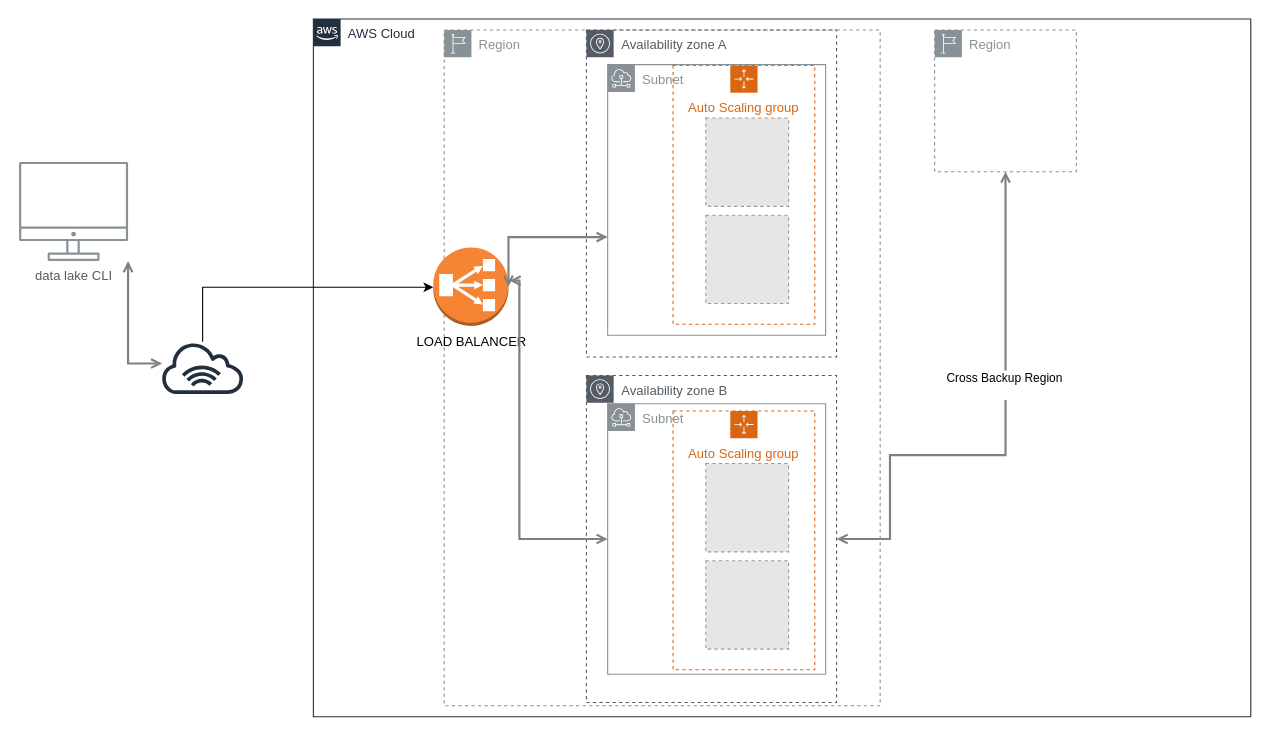
yorche-delamuerte/bonita_evaluation keeps this draw.io diagram as Untitled Diagram.drawio. Above is the earlier version. Source tidied: cells renumbered, new cells numbered last; positions are measured from the earlier drawing's top-left corner, leaving out a move shared by most shapes. Both pictures are drawn from the tidied source at 109%, with x=0, y=0 at pixel (19, 19). Pictures stored in the file or linked from it are replaced by grey dashed boxes.
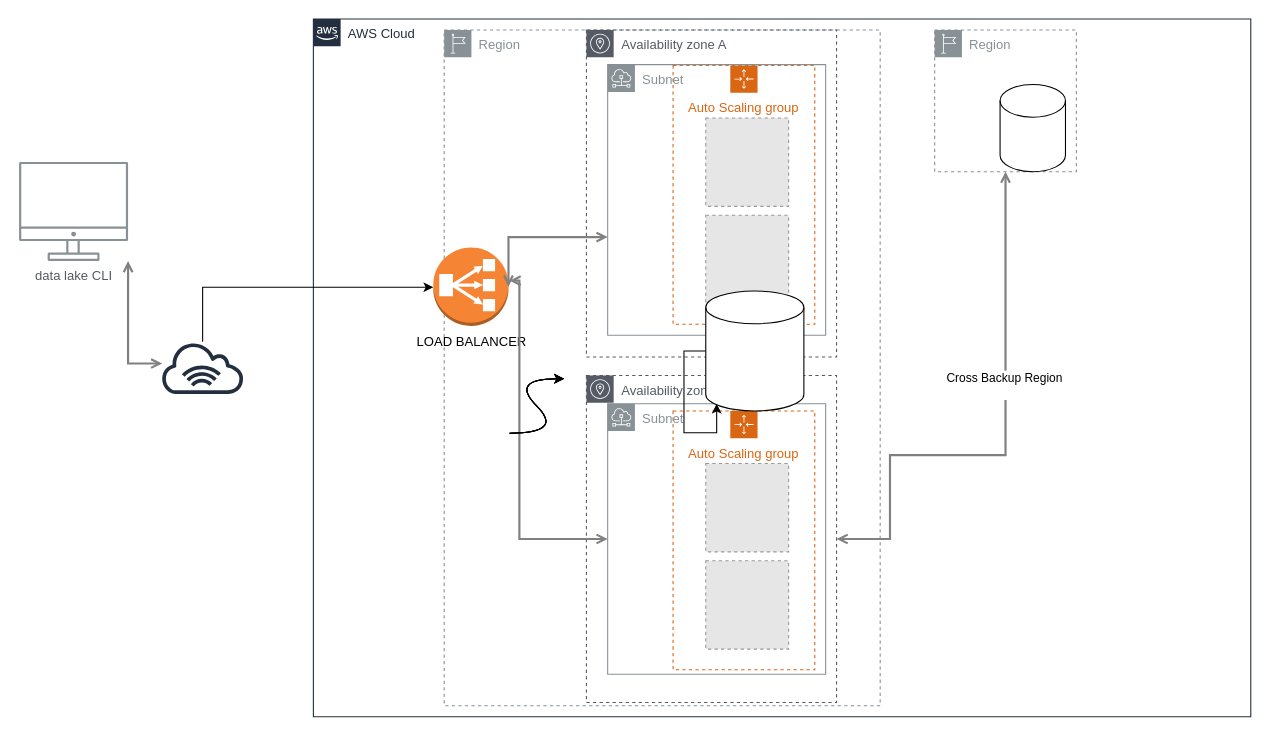
Above is the later version.

The change refers to these unchanged cells:
```xml
<mxCell id="19" value="Subnet" style="outlineConnect=0;gradientColor=none;html=1;whiteSpace=wrap;fontSize=12;fontStyle=0;shape=mxgraph.aws4.group;grIcon=mxgraph.aws4.group_subnet;strokeColor=#879196;fillColor=none;verticalAlign=top;align=left;spacingLeft=30;fontColor=#879196;dashed=0;" parent="1" vertex="1">
  <mxGeometry x="540" y="352.9" width="200" height="248.2" as="geometry" />
</mxCell>
```

The edit, as a diff of the source:
```diff
@@
+    <mxCell id="24" style="edgeStyle=orthogonalEdgeStyle;rounded=0;jettySize=auto;html=1;exitX=0;exitY=0.5;exitDx=0;exitDy=0;exitPerimeter=0;" parent="1" edge="1" source="25" target="19">
+      <mxGeometry relative="1" as="geometry" />
+    </mxCell>
+    <mxCell id="25" style="shape=cylinder3;whiteSpace=wrap;html=1;boundedLbl=1;backgroundOutline=1;size=15;" parent="1" vertex="1">
+      <mxGeometry x="630" y="249.5" width="90" height="110" as="geometry" />
+    </mxCell>
+    <mxCell id="26" style="curved=1;endArrow=classic;html=1;" parent="1" edge="1">
+      <mxGeometry relative="1" as="geometry">
+        <mxPoint x="450" y="380" as="sourcePoint" />
+        <mxPoint x="500" y="330" as="targetPoint" />
+        <Array as="points">
+          <mxPoint x="500" y="380" />
+          <mxPoint x="450" y="330" />
+        </Array>
+      </mxGeometry>
+    </mxCell>
+    <mxCell id="27" style="curved=1;endArrow=classic;html=1;" parent="1" edge="1">
+      <mxGeometry relative="1" as="geometry">
+        <mxPoint x="450" y="380" as="sourcePoint" />
+        <mxPoint x="500" y="330" as="targetPoint" />
+        <Array as="points">
+          <mxPoint x="500" y="380" />
+          <mxPoint x="450" y="330" />
+        </Array>
+      </mxGeometry>
+    </mxCell>
+    <mxCell id="28" style="shape=cylinder3;whiteSpace=wrap;html=1;boundedLbl=1;backgroundOutline=1;size=15;" parent="1" vertex="1">
+      <mxGeometry x="900" y="60" width="60" height="80" as="geometry" />
+    </mxCell>
+    <mxCell id="29" style="curved=1;endArrow=classic;html=1;" parent="1" edge="1">
+      <mxGeometry relative="1" as="geometry">
+        <mxPoint x="450" y="380" as="sourcePoint" />
+        <mxPoint x="500" y="330" as="targetPoint" />
+        <Array as="points">
+          <mxPoint x="500" y="380" />
+          <mxPoint x="450" y="330" />
+        </Array>
+      </mxGeometry>
+    </mxCell>
+    <mxCell id="30" style="curved=1;endArrow=classic;html=1;" parent="1" edge="1">
+      <mxGeometry relative="1" as="geometry">
+        <mxPoint x="450" y="380" as="sourcePoint" />
+        <mxPoint x="500" y="330" as="targetPoint" />
+        <Array as="points">
+          <mxPoint x="500" y="380" />
+          <mxPoint x="450" y="330" />
+        </Array>
+      </mxGeometry>
+    </mxCell>
```
